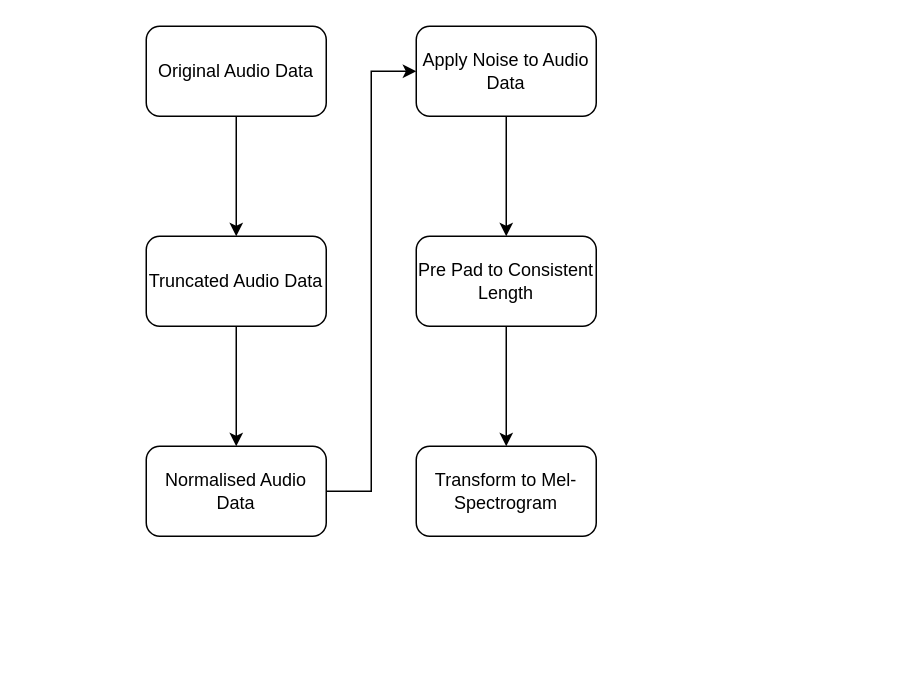
Above: CNN_Tuning_Info/Preprocessing_Pipeline.drawio in JordanFoss/STAT3007_Project (draw.io), before the change. Source tidied: cells renumbered, new cells numbered last; positions are measured from the earlier drawing's top-left corner, leaving out a move shared by most shapes. Both pictures are drawn from the tidied source at 150%, with x=0, y=0 at pixel (146, 26).
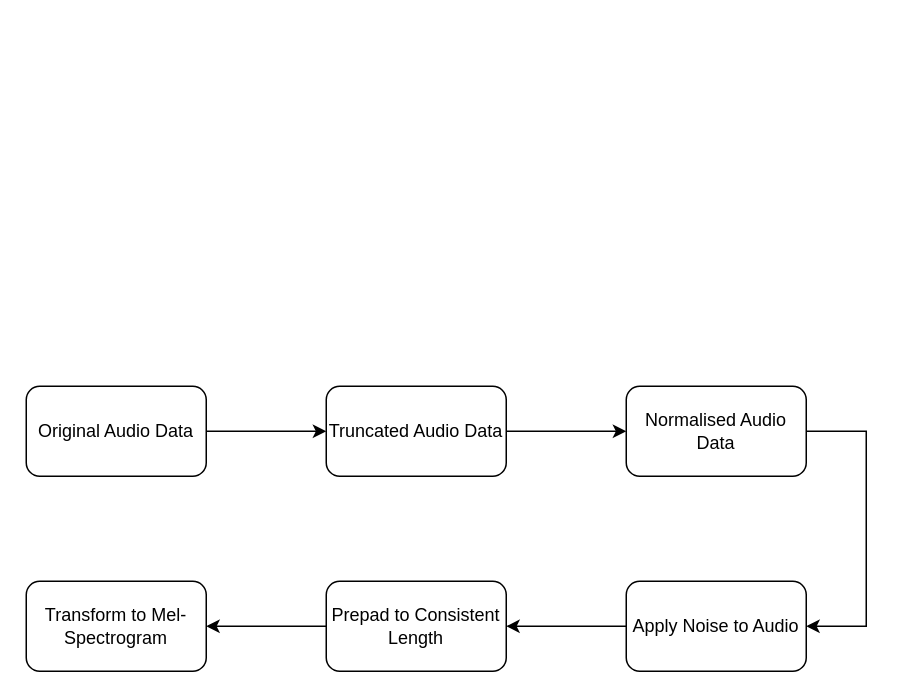
After the change.

What changed in the source:
```diff
@@
 <mxGraphModel>
   <root>
     <mxCell id="0" />
     <mxCell id="1" parent="0" />
     <mxCell id="2" style="edgeStyle=orthogonalEdgeStyle;rounded=0;jettySize=auto;html=1;" parent="1" edge="1" source="3" target="5">
       <mxGeometry relative="1" as="geometry" />
     </mxCell>
     <mxCell id="3" value="Original Audio Data" style="rounded=1;whiteSpace=wrap;html=1;" parent="1" vertex="1">
-      <mxGeometry width="120" height="60" as="geometry" />
+      <mxGeometry x="-80" y="240" width="120" height="60" as="geometry" />
     </mxCell>
     <mxCell id="4" style="edgeStyle=orthogonalEdgeStyle;rounded=0;jettySize=auto;html=1;" parent="1" edge="1" source="5" target="7">
       <mxGeometry relative="1" as="geometry" />
     </mxCell>
     <mxCell id="5" value="Truncated Audio Data" style="whiteSpace=wrap;html=1;rounded=1;" parent="1" vertex="1">
-      <mxGeometry y="140" width="120" height="60" as="geometry" />
+      <mxGeometry x="120" y="240" width="120" height="60" as="geometry" />
     </mxCell>
-    <mxCell id="6" style="edgeStyle=orthogonalEdgeStyle;rounded=0;jettySize=auto;html=1;exitX=1;exitY=0.5;exitDx=0;exitDy=0;entryX=0;entryY=0.5;entryDx=0;entryDy=0;" parent="1" edge="1" source="7" target="9">
-      <mxGeometry relative="1" as="geometry" />
-    </mxCell>
+    <mxCell id="13" style="edgeStyle=orthogonalEdgeStyle;rounded=0;jettySize=auto;html=1;" parent="1" edge="1" source="7" target="15">
+      <mxGeometry relative="1" as="geometry">
+        <Array as="points">
+          <mxPoint x="480" y="270" />
+          <mxPoint x="480" y="400" />
+        </Array>
+      </mxGeometry>
+    </mxCell>
     <mxCell id="7" value="Normalised Audio Data" style="whiteSpace=wrap;html=1;rounded=1;" parent="1" vertex="1">
-      <mxGeometry y="280" width="120" height="60" as="geometry" />
+      <mxGeometry x="320" y="240" width="120" height="60" as="geometry" />
     </mxCell>
-    <mxCell id="8" style="edgeStyle=orthogonalEdgeStyle;rounded=0;jettySize=auto;html=1;exitX=0.5;exitY=1;exitDx=0;exitDy=0;entryX=0.5;entryY=0;entryDx=0;entryDy=0;" parent="1" edge="1" source="9" target="11">
-      <mxGeometry relative="1" as="geometry" />
-    </mxCell>
-    <mxCell id="9" value="Apply Noise to Audio Data" style="whiteSpace=wrap;html=1;rounded=1;" parent="1" vertex="1">
-      <mxGeometry x="180" width="120" height="60" as="geometry" />
-    </mxCell>
-    <mxCell id="10" style="edgeStyle=orthogonalEdgeStyle;rounded=0;jettySize=auto;html=1;" parent="1" edge="1" source="11" target="12">
-      <mxGeometry relative="1" as="geometry" />
-    </mxCell>
-    <mxCell id="11" value="Pre Pad to Consistent Length" style="whiteSpace=wrap;html=1;rounded=1;" parent="1" vertex="1">
-      <mxGeometry x="180" y="140" width="120" height="60" as="geometry" />
-    </mxCell>
+    <mxCell id="14" style="edgeStyle=orthogonalEdgeStyle;rounded=0;jettySize=auto;html=1;" parent="1" edge="1" source="15" target="17">
+      <mxGeometry relative="1" as="geometry" />
+    </mxCell>
+    <mxCell id="15" value="Apply Noise to Audio" style="whiteSpace=wrap;html=1;rounded=1;" parent="1" vertex="1">
+      <mxGeometry x="320" y="370" width="120" height="60" as="geometry" />
+    </mxCell>
+    <mxCell id="16" style="edgeStyle=orthogonalEdgeStyle;rounded=0;jettySize=auto;html=1;" parent="1" edge="1" source="17" target="12">
+      <mxGeometry relative="1" as="geometry" />
+    </mxCell>
+    <mxCell id="17" value="Prepad to Consistent Length" style="whiteSpace=wrap;html=1;rounded=1;" parent="1" vertex="1">
+      <mxGeometry x="120" y="370" width="120" height="60" as="geometry" />
+    </mxCell>
     <mxCell id="12" value="Transform to Mel-Spectrogram" style="whiteSpace=wrap;html=1;rounded=1;" parent="1" vertex="1">
-      <mxGeometry x="180" y="280" width="120" height="60" as="geometry" />
+      <mxGeometry x="-80" y="370" width="120" height="60" as="geometry" />
     </mxCell>
   </root>
 </mxGraphModel>
```
